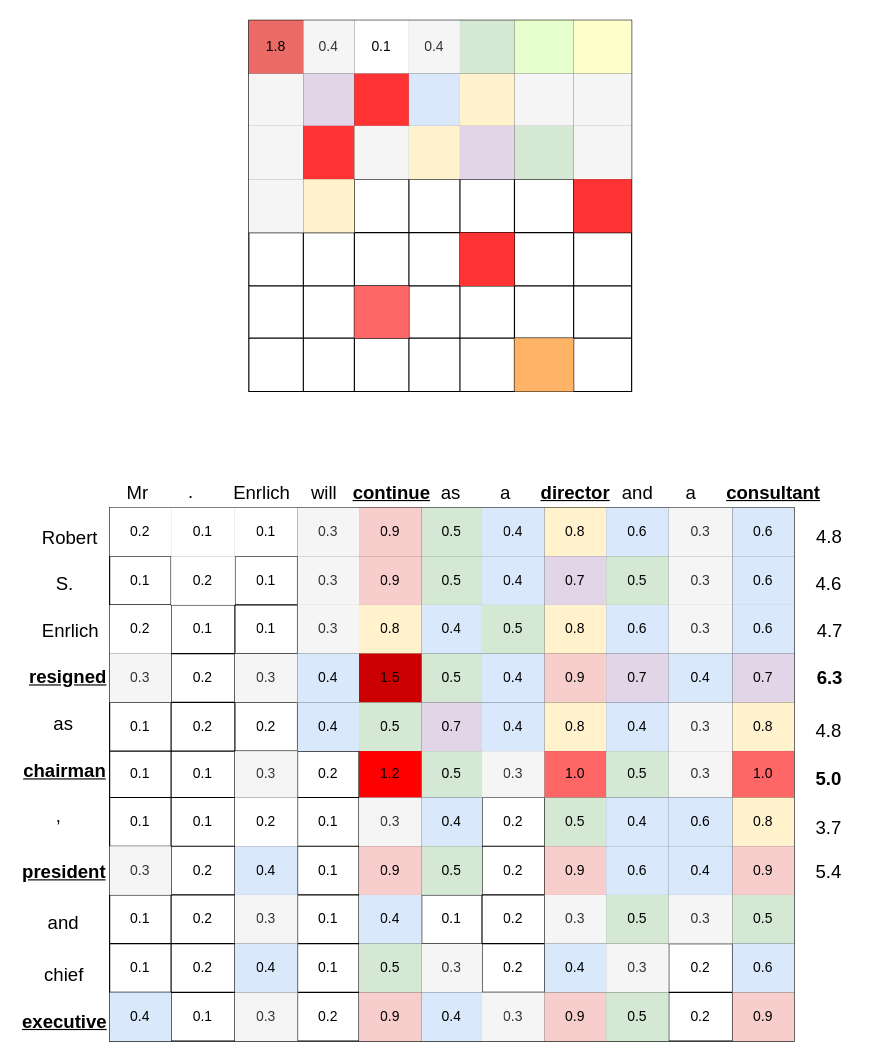
Above: mask.drawio in douzujun/Paper-Graph (draw.io), before the change. Source tidied: cells renumbered, new cells numbered last; positions are measured from the earlier drawing's top-left corner, leaving out a move shared by most shapes. Both pictures are drawn from the tidied source at 116%, with x=0, y=0 at pixel (20, 20).
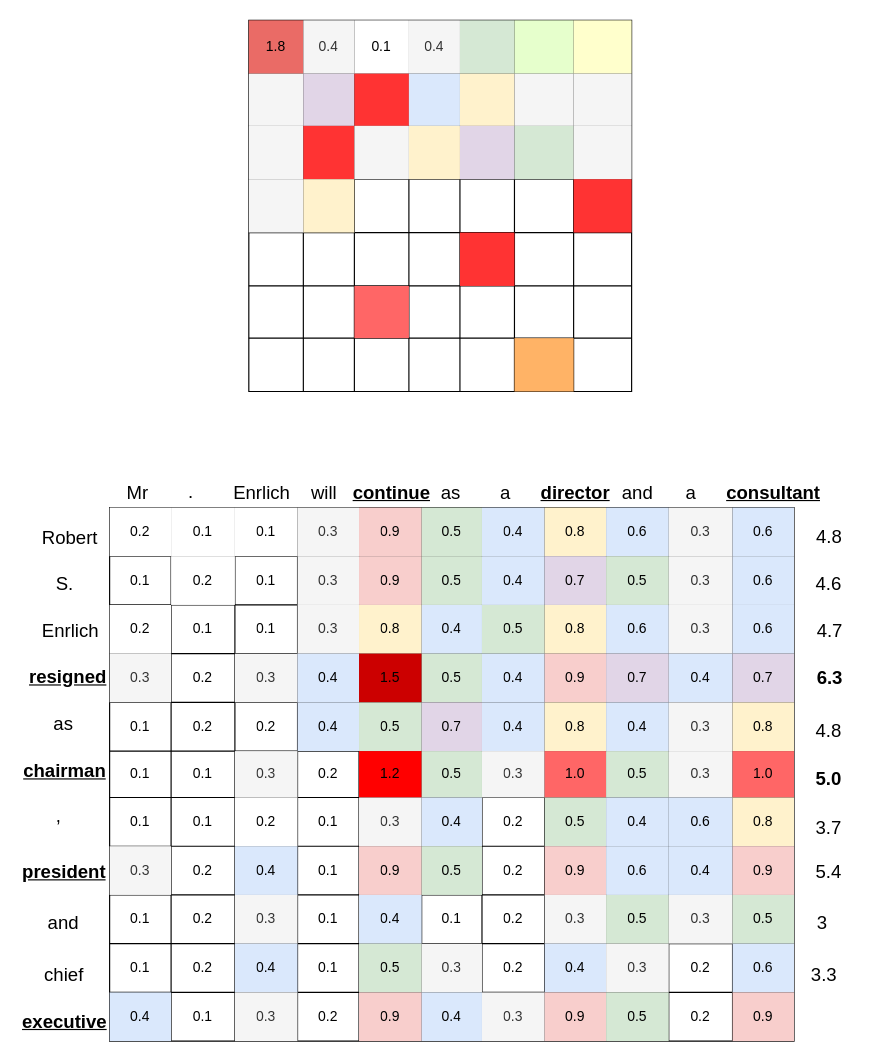
Above is the later version.

Change to the diagram source:
```diff
@@
+    <mxCell id="222" value="&lt;font style=&quot;font-size: 16px&quot;&gt;3&lt;/font&gt;" style="text;whiteSpace=wrap;html=1;" parent="1" vertex="1">
+      <mxGeometry x="685" y="762" width="30" height="30" as="geometry" />
+    </mxCell>
+    <mxCell id="223" value="&lt;font style=&quot;font-size: 16px&quot;&gt;3.3&lt;/font&gt;" style="text;whiteSpace=wrap;html=1;" parent="1" vertex="1">
+      <mxGeometry x="680" y="807" width="40" height="30" as="geometry" />
+    </mxCell>
```
